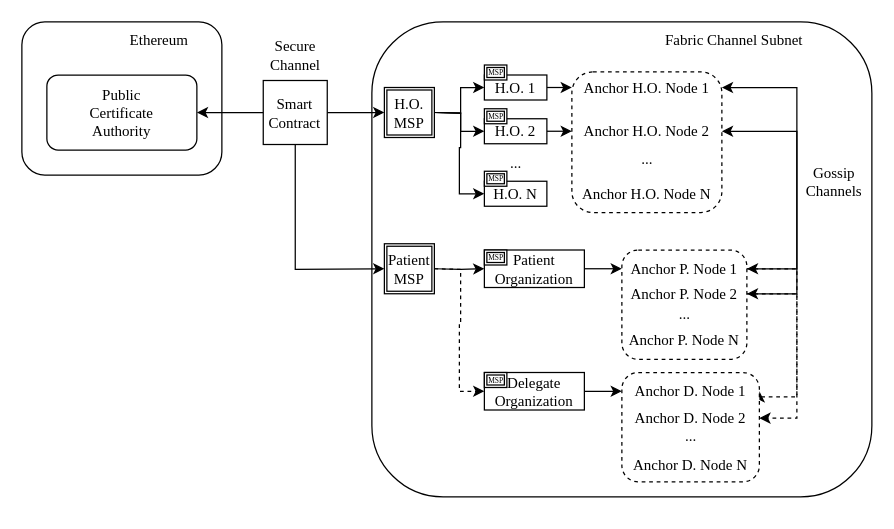
WilliamStar007/Interoperable-Healthcare-Blockchain-Diagram keeps this draw.io diagram as page "IEEE ICDH 23 Diagram" (2 of 2) of healthcare_blockchain.drawio. Above is the earlier version. Source tidied: cells renumbered, new cells numbered last; positions are measured from the earlier drawing's top-left corner, leaving out a move shared by most shapes. Both pictures are drawn from the tidied source at 125%, with x=0, y=0 at pixel (21, 21).
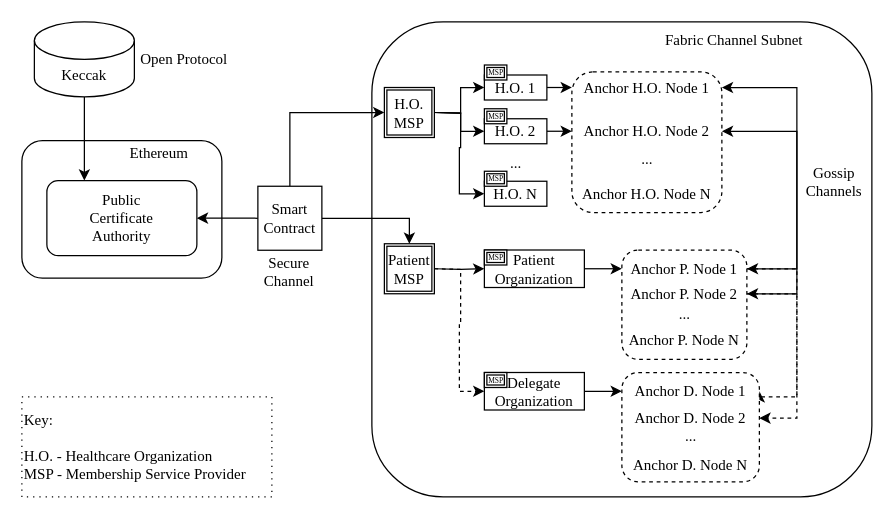
After the change.

The change refers to these unchanged cells:
```xml
<mxCell id="46" value="H.O.&lt;br style=&quot;border-color: var(--border-color);&quot;&gt;&lt;span style=&quot;&quot;&gt;MSP&lt;/span&gt;" style="shape=ext;double=1;whiteSpace=wrap;html=1;fontFamily=Times New Roman;" parent="1" vertex="1">
  <mxGeometry x="290" y="52.5" width="40" height="40" as="geometry" />
</mxCell>
<mxCell id="47" value="Patient&lt;br style=&quot;border-color: var(--border-color);&quot;&gt;&lt;span style=&quot;&quot;&gt;MSP&lt;/span&gt;" style="shape=ext;double=1;whiteSpace=wrap;html=1;fontFamily=Times New Roman;" parent="1" vertex="1">
  <mxGeometry x="290" y="177.5" width="40" height="40" as="geometry" />
</mxCell>
```

The edit, as a diff of the source:
```diff
@@
     <mxCell id="2" style="rounded=1;whiteSpace=wrap;html=1;fontFamily=Times New Roman;" parent="1" vertex="1">
-      <mxGeometry width="160" height="122.5" as="geometry" />
+      <mxGeometry y="95" width="160" height="110" as="geometry" />
     </mxCell>
+    <mxCell id="57" style="edgeStyle=orthogonalEdgeStyle;rounded=0;jettySize=auto;html=1;exitX=1;exitY=0.5;exitDx=0;exitDy=0;entryX=0;entryY=0.5;entryDx=0;entryDy=0;startArrow=classic;startFill=1;endArrow=none;endFill=0;fontFamily=Times New Roman;" parent="1" edge="1" source="3" target="58">
+      <mxGeometry relative="1" as="geometry" />
+    </mxCell>
     <mxCell id="3" value="Public&lt;br&gt;Certificate&lt;br&gt;Authority" style="rounded=1;whiteSpace=wrap;html=1;fontFamily=Times New Roman;" parent="1" vertex="1">
-      <mxGeometry x="20" y="42.5" width="120" height="60" as="geometry" />
+      <mxGeometry x="20" y="127" width="120" height="60" as="geometry" />
     </mxCell>
     <mxCell id="4" value="Secure Channel" style="text;strokeColor=none;align=center;fillColor=none;html=1;verticalAlign=middle;whiteSpace=wrap;rounded=0;fontFamily=Times New Roman;" parent="1" vertex="1">
-      <mxGeometry x="188.8" y="14" width="60" height="25.5" as="geometry" />
+      <mxGeometry x="184.4" y="187" width="60" height="25.5" as="geometry" />
     </mxCell>
     <mxCell id="5" value="Ethereum" style="text;strokeColor=none;align=center;fillColor=none;html=1;verticalAlign=middle;whiteSpace=wrap;rounded=0;fontFamily=Times New Roman;" parent="1" vertex="1">
-      <mxGeometry x="80" y="5" width="60" height="20" as="geometry" />
+      <mxGeometry x="80" y="95" width="60" height="20" as="geometry" />
     </mxCell>
@@
-    <mxCell id="20" style="edgeStyle=orthogonalEdgeStyle;rounded=0;jettySize=auto;html=1;exitX=0;exitY=0.5;exitDx=0;exitDy=0;endArrow=none;endFill=0;startArrow=classic;startFill=1;fontFamily=Times New Roman;entryX=0.5;entryY=1;entryDx=0;entryDy=0;" parent="1" edge="1" target="58">
-      <mxGeometry relative="1" as="geometry">
-        <mxPoint x="290" y="197.5" as="sourcePoint" />
-      </mxGeometry>
-    </mxCell>
@@
-    <mxCell id="45" style="endArrow=classic;startArrow=none;html=1;rounded=0;exitX=1;exitY=0.5;exitDx=0;exitDy=0;entryX=0;entryY=0.5;entryDx=0;entryDy=0;fontFamily=Times New Roman;" parent="1" edge="1" source="58">
-      <mxGeometry relative="1" as="geometry">
-        <mxPoint x="290" y="72.5" as="targetPoint" />
-      </mxGeometry>
-    </mxCell>
@@
-    <mxCell id="57" style="endArrow=none;startArrow=classic;html=1;rounded=0;exitX=1;exitY=0.5;exitDx=0;exitDy=0;entryX=0;entryY=0.5;entryDx=0;entryDy=0;fontFamily=Times New Roman;" parent="1" edge="1" source="3" target="58">
-      <mxGeometry relative="1" as="geometry">
-        <Array as="points">
-          <mxPoint x="240" y="72.5" />
-        </Array>
-      </mxGeometry>
-    </mxCell>
+    <mxCell id="59" style="edgeStyle=orthogonalEdgeStyle;rounded=0;jettySize=auto;html=1;exitX=0.5;exitY=0;exitDx=0;exitDy=0;entryX=0;entryY=0.5;entryDx=0;entryDy=0;fontFamily=Times New Roman;" parent="1" edge="1" source="58" target="46">
+      <mxGeometry relative="1" as="geometry" />
+    </mxCell>
+    <mxCell id="60" style="edgeStyle=orthogonalEdgeStyle;rounded=0;jettySize=auto;html=1;exitX=1;exitY=0.5;exitDx=0;exitDy=0;entryX=0.5;entryY=0;entryDx=0;entryDy=0;fontFamily=Times New Roman;" parent="1" edge="1" source="58" target="47">
+      <mxGeometry relative="1" as="geometry" />
+    </mxCell>
     <mxCell id="58" value="Smart Contract" style="whiteSpace=wrap;html=1;fontFamily=Times New Roman;" parent="1" vertex="1">
-      <mxGeometry x="193.1" y="46.9" width="51.2" height="51.2" as="geometry" />
+      <mxGeometry x="188.8" y="131.5" width="51.2" height="51.2" as="geometry" />
     </mxCell>
+    <mxCell id="61" style="edgeStyle=orthogonalEdgeStyle;rounded=0;jettySize=auto;html=1;entryX=0.25;entryY=0;entryDx=0;entryDy=0;fontFamily=Times New Roman;" parent="1" edge="1" source="62" target="3">
+      <mxGeometry relative="1" as="geometry" />
+    </mxCell>
+    <mxCell id="62" value="Keccak" style="shape=cylinder3;whiteSpace=wrap;html=1;boundedLbl=1;backgroundOutline=1;size=15;fontFamily=Times New Roman;" parent="1" vertex="1">
+      <mxGeometry x="10" width="80" height="60" as="geometry" />
+    </mxCell>
+    <mxCell id="63" value="Open Protocol" style="text;strokeColor=none;align=center;fillColor=none;html=1;verticalAlign=middle;whiteSpace=wrap;rounded=0;fontFamily=Times New Roman;" parent="1" vertex="1">
+      <mxGeometry x="90" y="14.9" width="80" height="30.2" as="geometry" />
+    </mxCell>
+    <mxCell id="64" value="Key:&lt;br&gt;&lt;br&gt;&lt;div style=&quot;&quot;&gt;H.O. - Healthcare Organization&lt;/div&gt;&lt;div style=&quot;&quot;&gt;MSP - Membership Service Provider&lt;/div&gt;" style="rounded=0;whiteSpace=wrap;html=1;align=left;verticalAlign=middle;fontFamily=Times New Roman;dashed=1;dashPattern=1 4;" parent="1" vertex="1">
+      <mxGeometry y="300" width="200" height="80" as="geometry" />
+    </mxCell>
```
